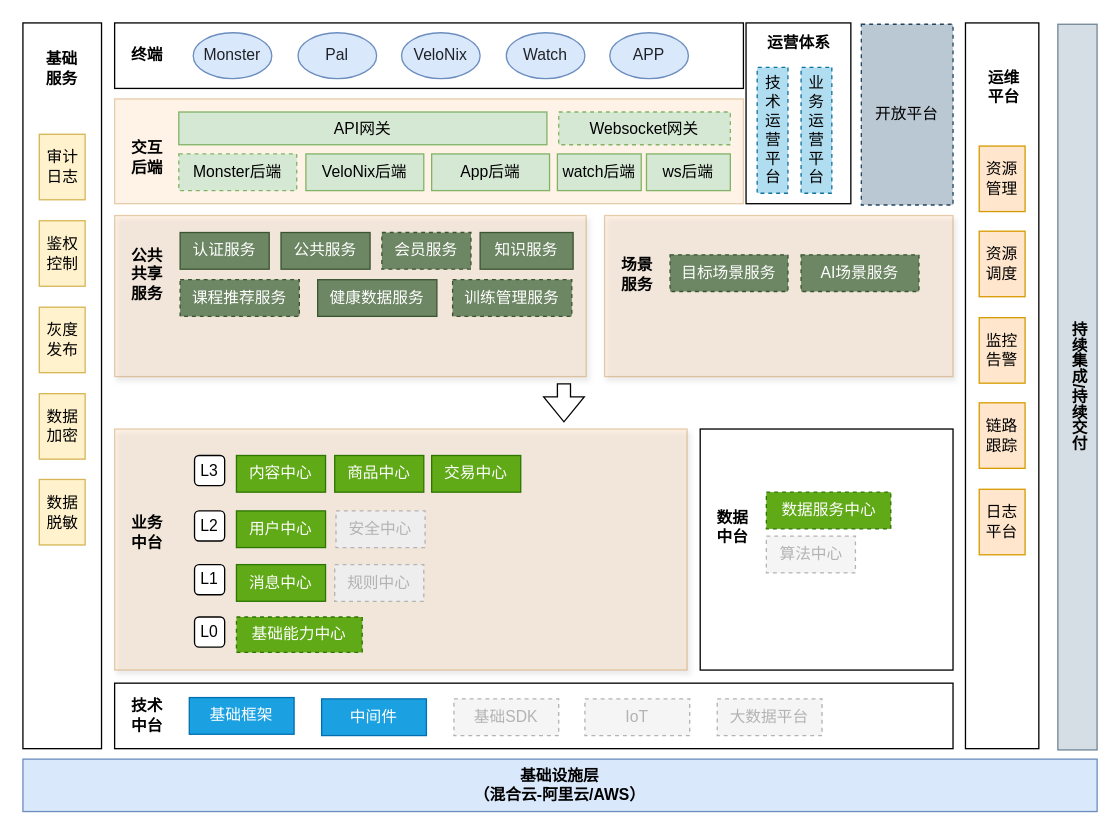
This is 微服务架构.drawio from bert561/drawio-sj, a draw.io file, before an edit. Source tidied: cells renumbered, new cells numbered last; positions are measured from the earlier drawing's top-left corner, leaving out a move shared by most shapes. Both pictures are drawn from the tidied source at 131%, with x=0, y=0 at pixel (22, 22).
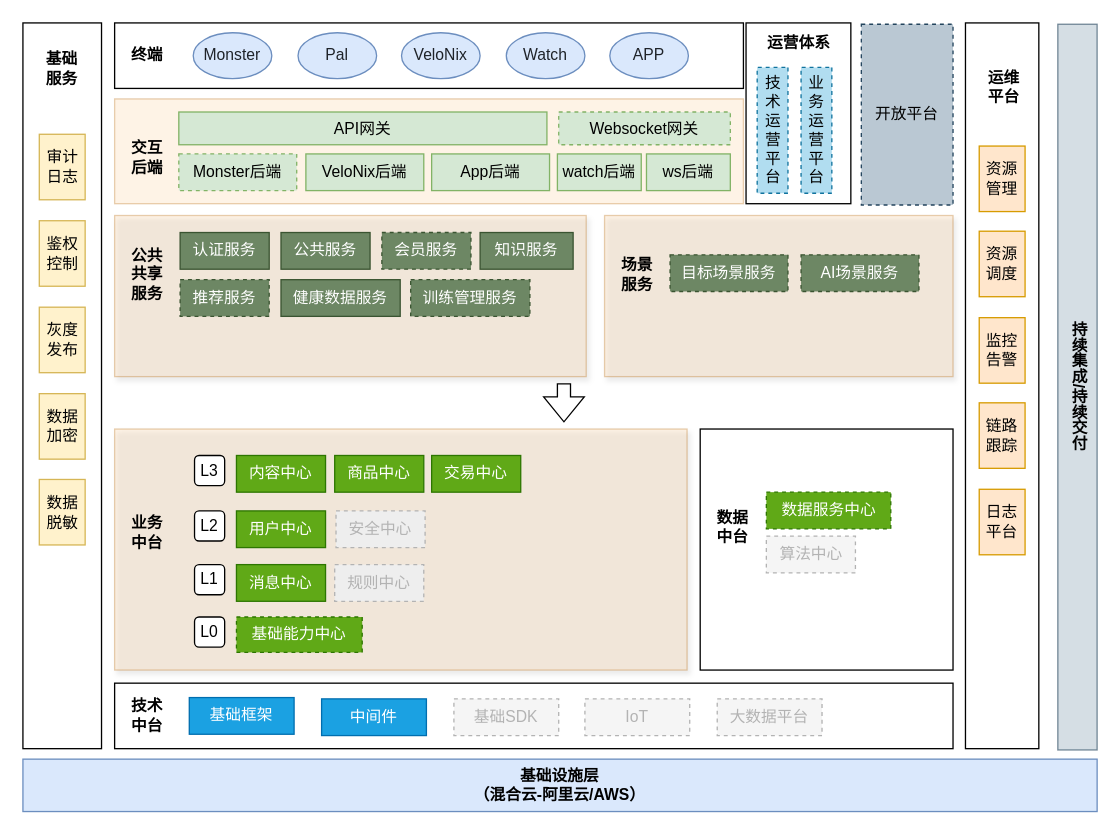
The same diagram, later.

Commit message:
更新微服务架构.drawio

Diff of the diagram source:
```diff
@@
     <mxCell id="32" value="健康数据服务" style="rounded=0;whiteSpace=wrap;html=1;fillColor=#6d8764;strokeColor=#3A5431;fontColor=#ffffff;" parent="1" vertex="1">
-      <mxGeometry x="225" y="196" width="91" height="28" as="geometry" />
+      <mxGeometry x="197" y="196" width="91" height="28" as="geometry" />
     </mxCell>
@@
-    <mxCell id="51" value="课程推荐服务" style="rounded=0;whiteSpace=wrap;html=1;fillColor=#6d8764;strokeColor=#3A5431;fontColor=#ffffff;dashed=1;" parent="1" vertex="1">
-      <mxGeometry x="120" y="196" width="91" height="28" as="geometry" />
+    <mxCell id="51" value="推荐服务" style="rounded=0;whiteSpace=wrap;html=1;fillColor=#6d8764;strokeColor=#3A5431;fontColor=#ffffff;dashed=1;" parent="1" vertex="1">
+      <mxGeometry x="120" y="196" width="68" height="28" as="geometry" />
     </mxCell>
@@
     <mxCell id="73" value="训练管理服务" style="rounded=0;whiteSpace=wrap;html=1;fillColor=#6d8764;strokeColor=#3A5431;fontColor=#ffffff;dashed=1;" parent="1" vertex="1">
-      <mxGeometry x="328" y="196" width="91" height="28" as="geometry" />
+      <mxGeometry x="296" y="196" width="91" height="28" as="geometry" />
     </mxCell>
```
